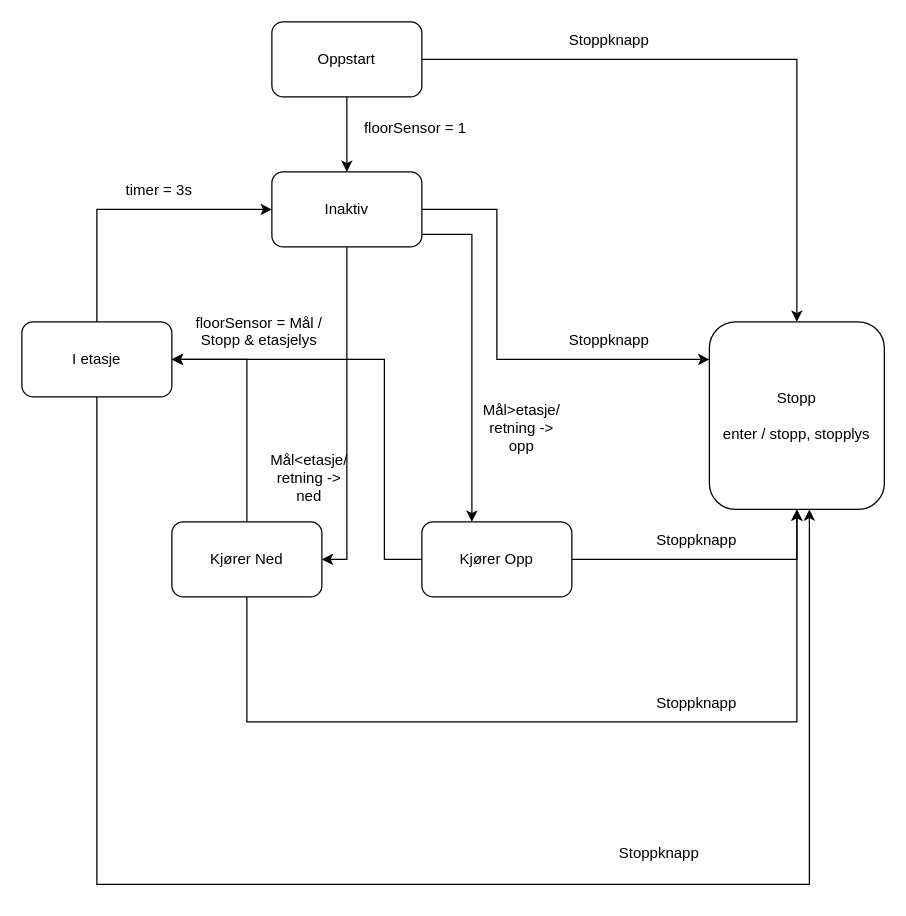
Above: diagram/Tilstandsdiagram23.drawio in magnsro/Tilpdat (draw.io), before the change. Source tidied: cells renumbered, new cells numbered last; positions are measured from the earlier drawing's top-left corner, leaving out a move shared by most shapes. Both pictures are drawn from the tidied source at 125%, with x=0, y=0 at pixel (21, 21).
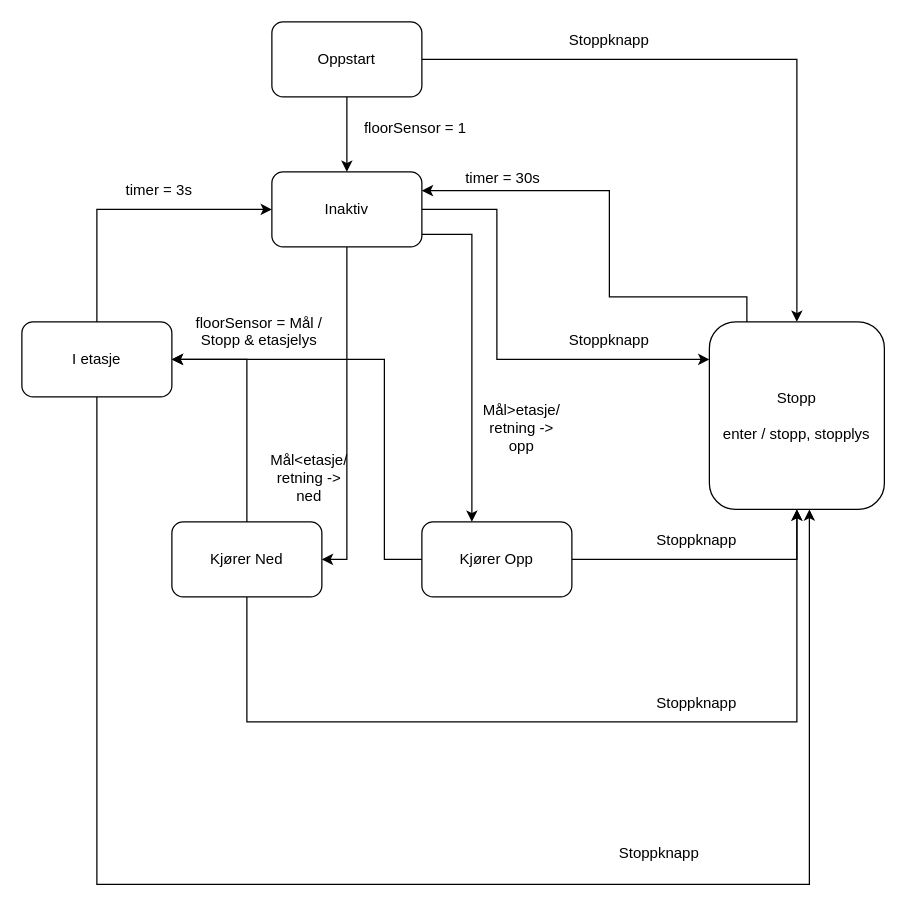
After the change.

Commit message:
Made the start of main.

The change refers to these unchanged cells:
```xml
<mxCell id="2" value="&lt;div&gt;Stopp&lt;/div&gt;&lt;div&gt;&lt;br&gt;&lt;/div&gt;&lt;div&gt;enter / stopp, stopplys&lt;/div&gt;" style="rounded=1;whiteSpace=wrap;html=1;" parent="1" vertex="1">
  <mxGeometry x="550" y="240" width="140" height="150" as="geometry" />
</mxCell>
<mxCell id="9" value="Inaktiv" style="rounded=1;whiteSpace=wrap;html=1;" parent="1" vertex="1">
  <mxGeometry x="200" y="120" width="120" height="60" as="geometry" />
</mxCell>
```

The edit, as a diff of the source:
```diff
@@
+    <mxCell id="29" style="edgeStyle=orthogonalEdgeStyle;rounded=0;jettySize=auto;html=1;entryX=1;entryY=0.25;entryDx=0;entryDy=0;" parent="1" edge="1" source="2" target="9">
+      <mxGeometry relative="1" as="geometry">
+        <Array as="points">
+          <mxPoint x="580" y="220" />
+          <mxPoint x="470" y="220" />
+          <mxPoint x="470" y="135" />
+        </Array>
+      </mxGeometry>
+    </mxCell>
@@
+    <mxCell id="30" value="timer = 30s" style="text;html=1;whiteSpace=wrap;strokeColor=none;fillColor=none;align=center;verticalAlign=middle;rounded=0;" parent="1" vertex="1">
+      <mxGeometry x="350" y="110" width="70" height="30" as="geometry" />
+    </mxCell>
```
